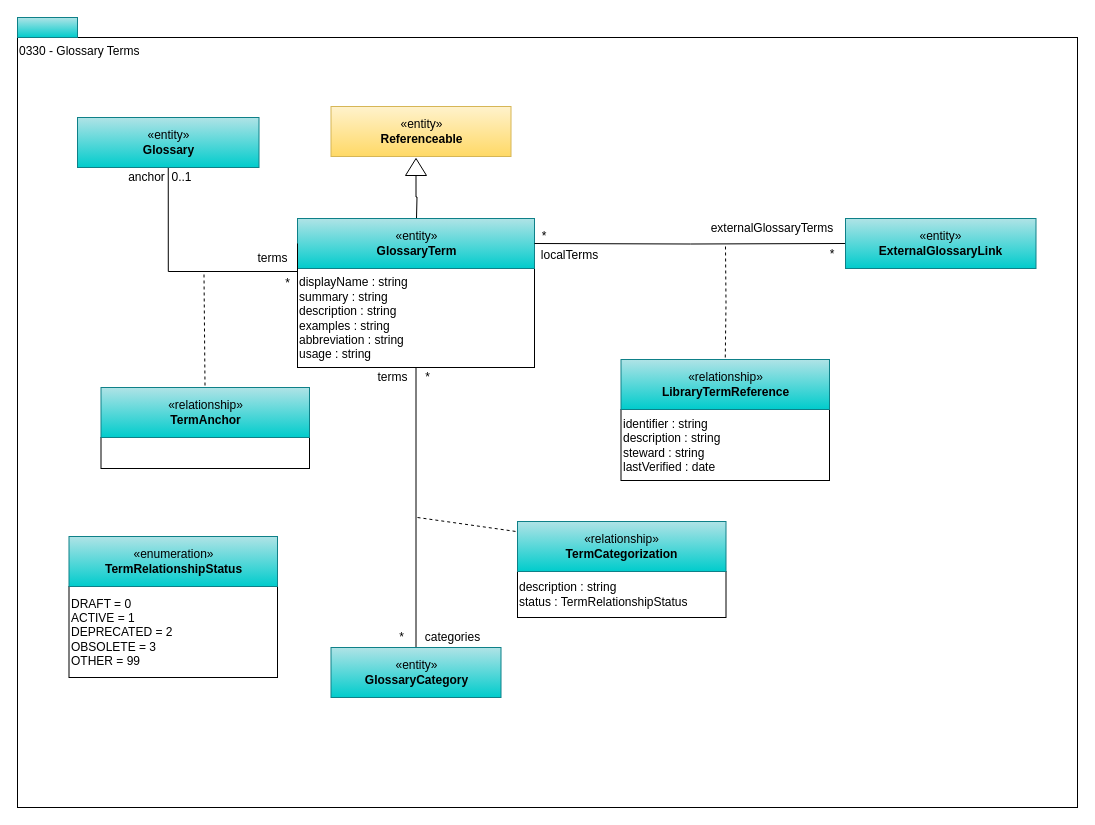
Earlier version of the draw.io diagram page "0330-Terms" (4 of 13) of site/docs/types/3/area-3-glossary.drawio (odpi/egeria-docs). Source tidied: cells renumbered, new cells numbered last; positions are measured from the earlier drawing's top-left corner, leaving out a move shared by most shapes. Both pictures are drawn from the tidied source at 100%, with x=0, y=0 at pixel (17, 17).
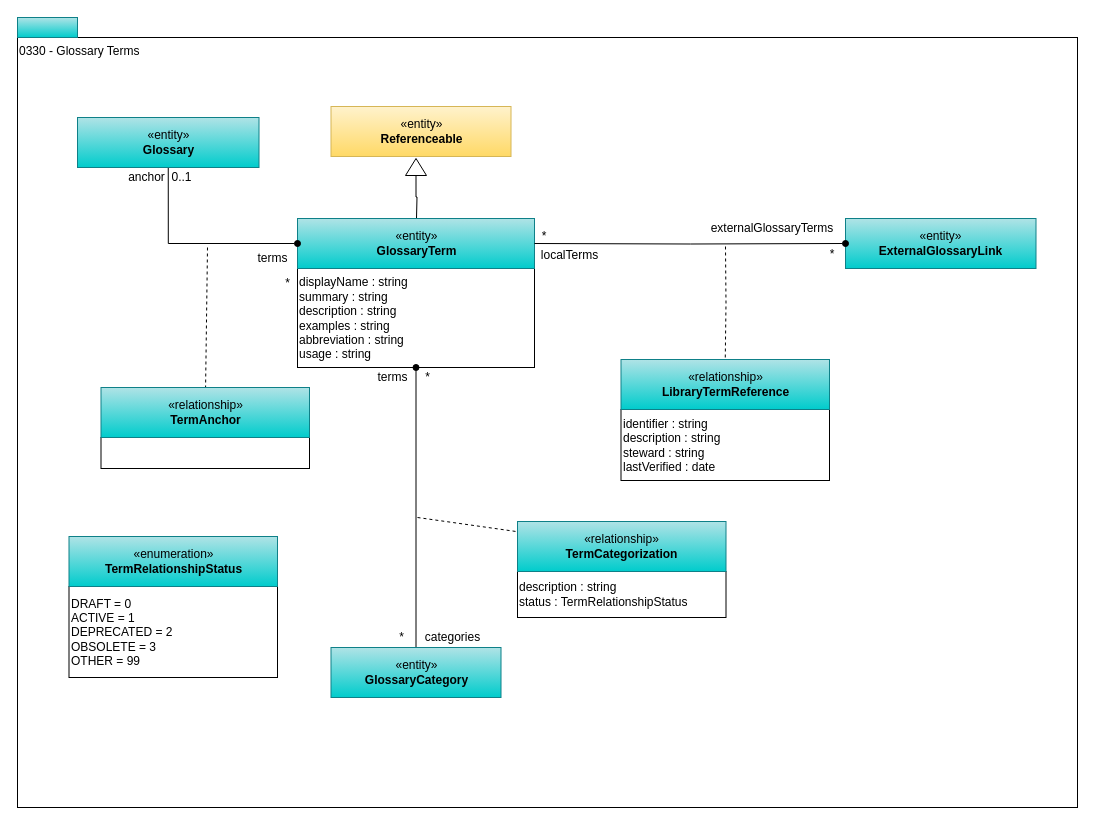
After the change.

Unchanged cells that the change refers to:
```xml
<mxCell id="6" value="displayName : string&lt;br&gt;summary : string&lt;br&gt;description : string&lt;br&gt;examples : string&lt;br&gt;abbreviation : string&lt;br&gt;usage : string" style="rounded=0;whiteSpace=wrap;html=1;strokeColor=#000000;gradientColor=#ffffff;align=left;" parent="1" vertex="1">
  <mxGeometry x="280" y="251" width="237" height="99" as="geometry" />
</mxCell>
<mxCell id="8" value="«entity»&lt;br&gt;&lt;b&gt;GlossaryTerm&lt;/b&gt;" style="html=1;strokeColor=#0e8088;align=center;fillColor=#b0e3e6;gradientColor=#00CCCC;" parent="1" vertex="1">
  <mxGeometry x="280" y="201" width="237" height="50" as="geometry" />
</mxCell>
<mxCell id="11" value="«entity»&lt;br&gt;&lt;b&gt;GlossaryCategory&lt;/b&gt;" style="html=1;strokeColor=#0e8088;align=center;fillColor=#b0e3e6;gradientColor=#00CCCC;" parent="1" vertex="1">
  <mxGeometry x="313.5" y="630" width="170" height="50" as="geometry" />
</mxCell>
<mxCell id="12" value="«entity»&lt;br&gt;&lt;b&gt;Glossary&lt;/b&gt;" style="html=1;strokeColor=#0e8088;align=center;fillColor=#b0e3e6;gradientColor=#00CCCC;" parent="1" vertex="1">
  <mxGeometry x="60" y="100" width="181.5" height="50" as="geometry" />
</mxCell>
<mxCell id="15" value="«relationship»&lt;br&gt;&lt;b&gt;TermAnchor&lt;/b&gt;" style="html=1;strokeColor=#0e8088;align=center;fillColor=#b0e3e6;gradientColor=#00CCCC;" parent="1" vertex="1">
  <mxGeometry x="83.5" y="370" width="208.5" height="50" as="geometry" />
</mxCell>
<mxCell id="31" value="«entity»&lt;br&gt;&lt;b&gt;ExternalGlossaryLink&lt;/b&gt;" style="html=1;strokeColor=#0e8088;align=center;fillColor=#b0e3e6;gradientColor=#00CCCC;" parent="1" vertex="1">
  <mxGeometry x="828" y="201" width="190.5" height="50" as="geometry" />
</mxCell>
```

The edit, as a diff of the source:
```diff
@@
-    <mxCell id="9" style="edgeStyle=orthogonalEdgeStyle;rounded=0;jettySize=auto;html=1;exitX=0.5;exitY=1;exitDx=0;exitDy=0;endArrow=none;endFill=0;entryX=0;entryY=0.5;entryDx=0;entryDy=0;" parent="1" edge="1" source="12" target="8">
+    <mxCell id="9" style="edgeStyle=orthogonalEdgeStyle;rounded=0;jettySize=auto;html=1;exitX=0.5;exitY=1;exitDx=0;exitDy=0;endArrow=oval;endFill=1;entryX=0;entryY=0.5;entryDx=0;entryDy=0;" parent="1" edge="1" source="12" target="8">
       <mxGeometry relative="1" as="geometry">
         <Array as="points">
-          <mxPoint x="151" y="254" />
-          <mxPoint x="280" y="254" />
+          <mxPoint x="151" y="226" />
         </Array>
       </mxGeometry>
     </mxCell>
-    <mxCell id="10" style="edgeStyle=orthogonalEdgeStyle;rounded=0;jettySize=auto;html=1;entryX=0.5;entryY=1;entryDx=0;entryDy=0;endArrow=none;endFill=0;" parent="1" edge="1" source="11" target="6">
+    <mxCell id="10" style="edgeStyle=orthogonalEdgeStyle;rounded=0;jettySize=auto;html=1;entryX=0.5;entryY=1;entryDx=0;entryDy=0;endArrow=oval;endFill=1;" parent="1" edge="1" source="11" target="6">
       <mxGeometry relative="1" as="geometry" />
     </mxCell>
@@
     <mxCell id="13" style="endArrow=none;dashed=1;html=1;" parent="1" edge="1" target="15">
       <mxGeometry relative="1" as="geometry">
-        <mxPoint x="186.5" y="257" as="sourcePoint" />
+        <mxPoint x="190" y="230" as="sourcePoint" />
       </mxGeometry>
     </mxCell>
@@
-    <mxCell id="24" style="edgeStyle=orthogonalEdgeStyle;rounded=0;html=1;exitX=1;exitY=0.5;entryX=0;entryY=0.5;jettySize=auto;endArrow=none;endFill=0;entryDx=0;entryDy=0;" parent="1" edge="1" target="31">
-      <mxGeometry relative="1" as="geometry">
-        <mxPoint x="517" y="226" as="sourcePoint" />
-      </mxGeometry>
-    </mxCell>
@@
+    <mxCell id="24" style="edgeStyle=orthogonalEdgeStyle;rounded=0;html=1;exitX=1;exitY=0.5;entryX=0;entryY=0.5;jettySize=auto;endArrow=oval;endFill=1;entryDx=0;entryDy=0;" parent="1" edge="1" target="31">
+      <mxGeometry relative="1" as="geometry">
+        <mxPoint x="517" y="226" as="sourcePoint" />
+      </mxGeometry>
+    </mxCell>
```
